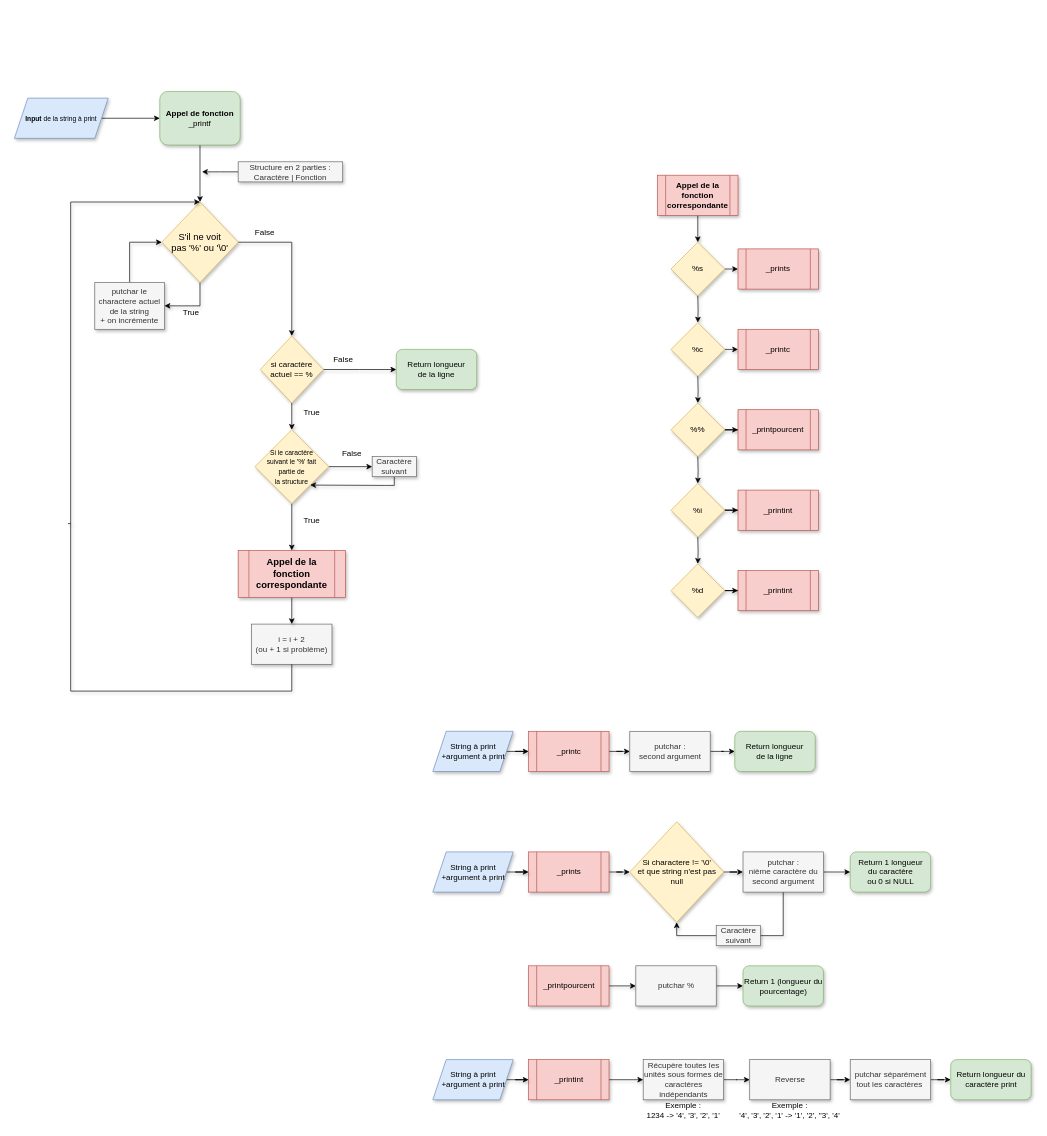
This is Flowchart Printf.drawio from Tulkiidra/holbertonschool-printf, a draw.io file, before an edit. Source tidied: cells renumbered, new cells numbered last; positions are measured from the earlier drawing's top-left corner, leaving out a move shared by most shapes. Both pictures are drawn from the tidied source at 67%, with x=0, y=0 at pixel (14, 91).
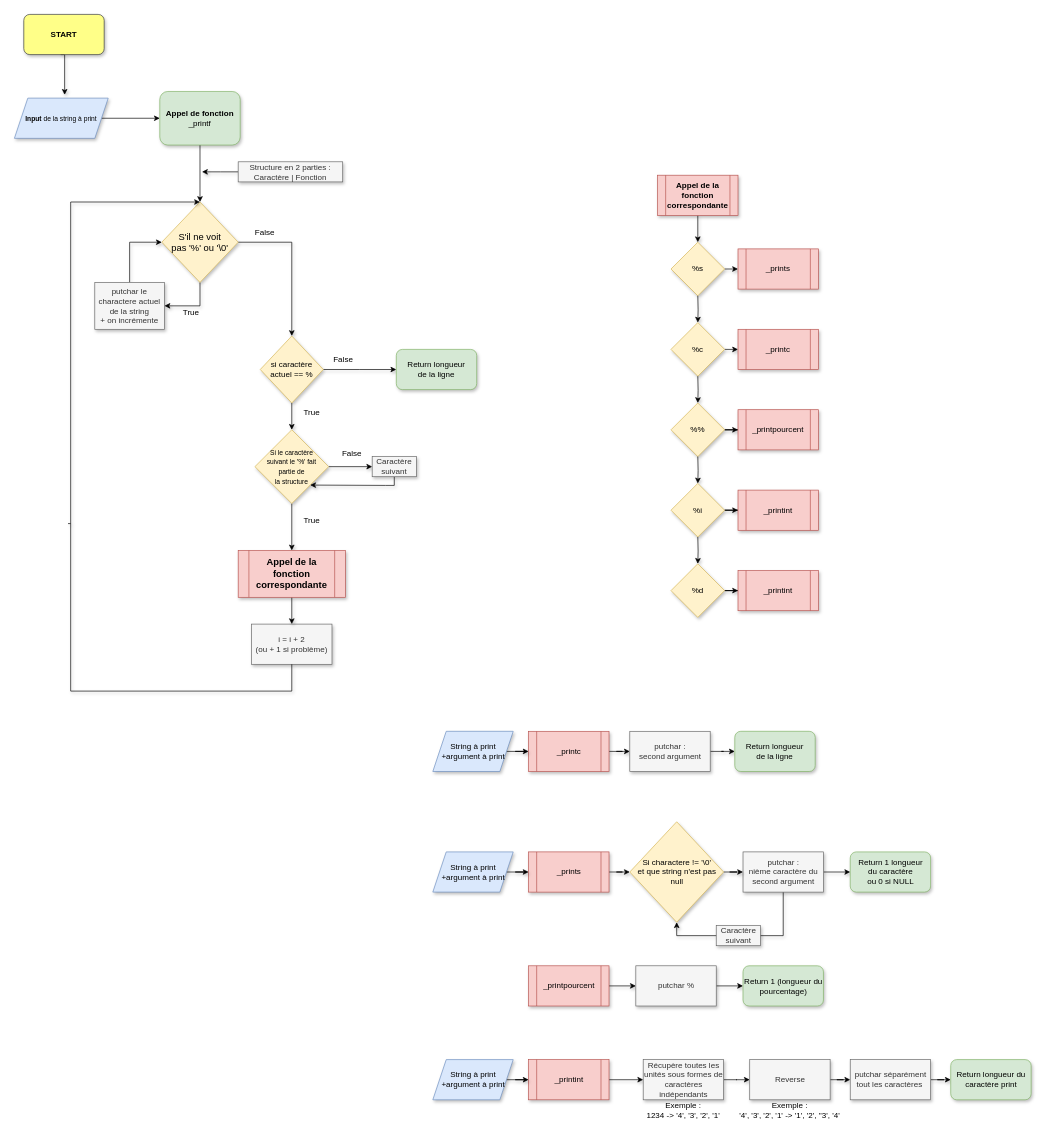
After the change.

Commit message (it also covers changes not shown here):
Mettre à jour Flowchart Printf.drawio

Diff of the diagram source:
```diff
@@
+    <mxCell id="90" style="edgeStyle=orthogonalEdgeStyle;rounded=0;orthogonalLoop=1;jettySize=auto;html=1;shadow=1;" parent="1" edge="1">
+      <mxGeometry relative="1" as="geometry">
+        <mxPoint x="69" y="-55" as="sourcePoint" />
+        <mxPoint x="75" y="5" as="targetPoint" />
+        <Array as="points">
+          <mxPoint x="75" y="-55" />
+        </Array>
+      </mxGeometry>
+    </mxCell>
+    <mxCell id="91" value="&lt;b&gt;START&lt;/b&gt;" style="rounded=1;whiteSpace=wrap;html=1;shadow=1;fillColor=#ffff88;strokeColor=#36393d;" parent="1" vertex="1">
+      <mxGeometry x="14" y="-115" width="120" height="60" as="geometry" />
+    </mxCell>
```
